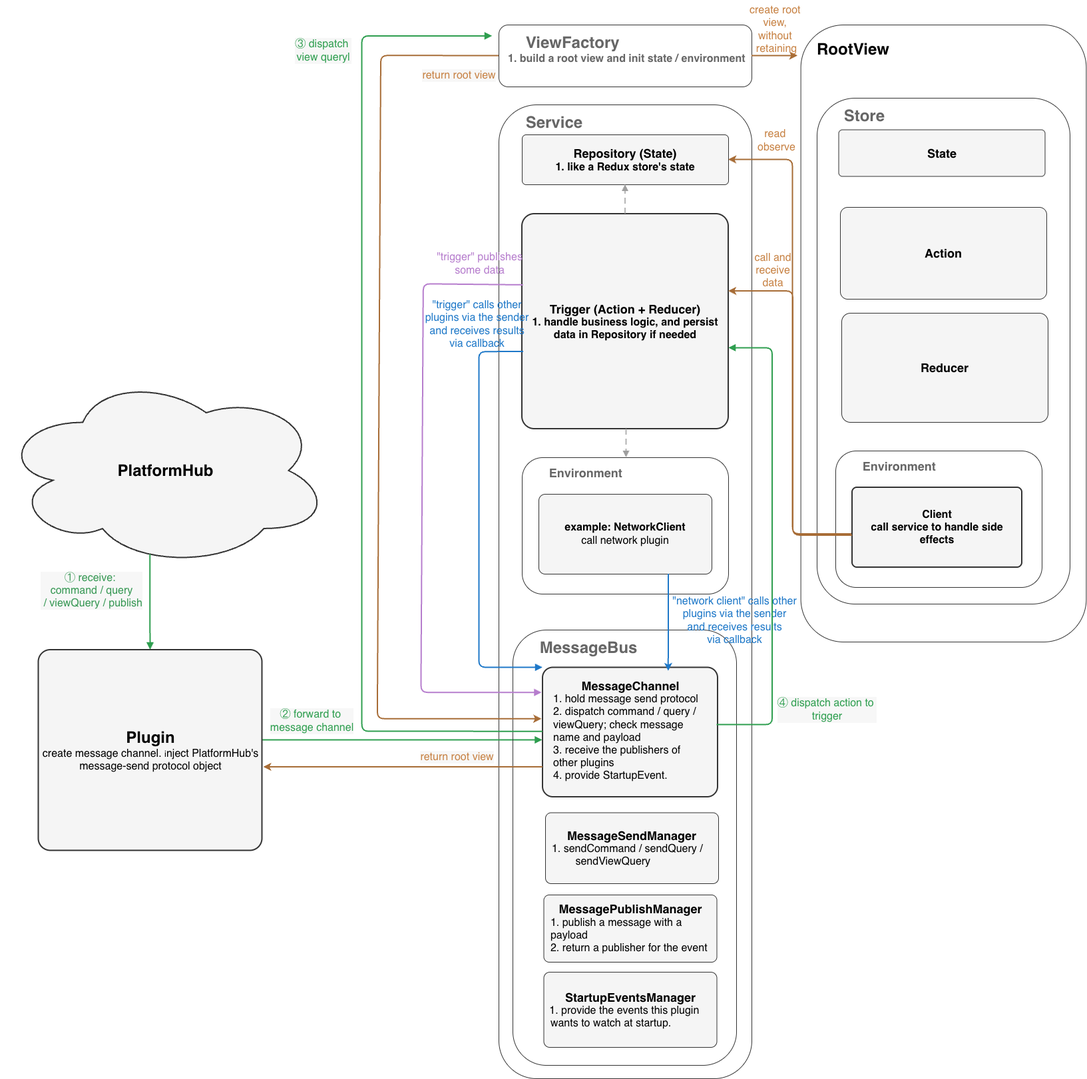
Above: 架构图.drawio.white.png in SumiaFish/kevinyyhuangcc (draw.io), before the change. Source tidied: cells renumbered, new cells last; positions are measured from the earlier drawing's top-left corner, leaving out a move shared by most shapes.
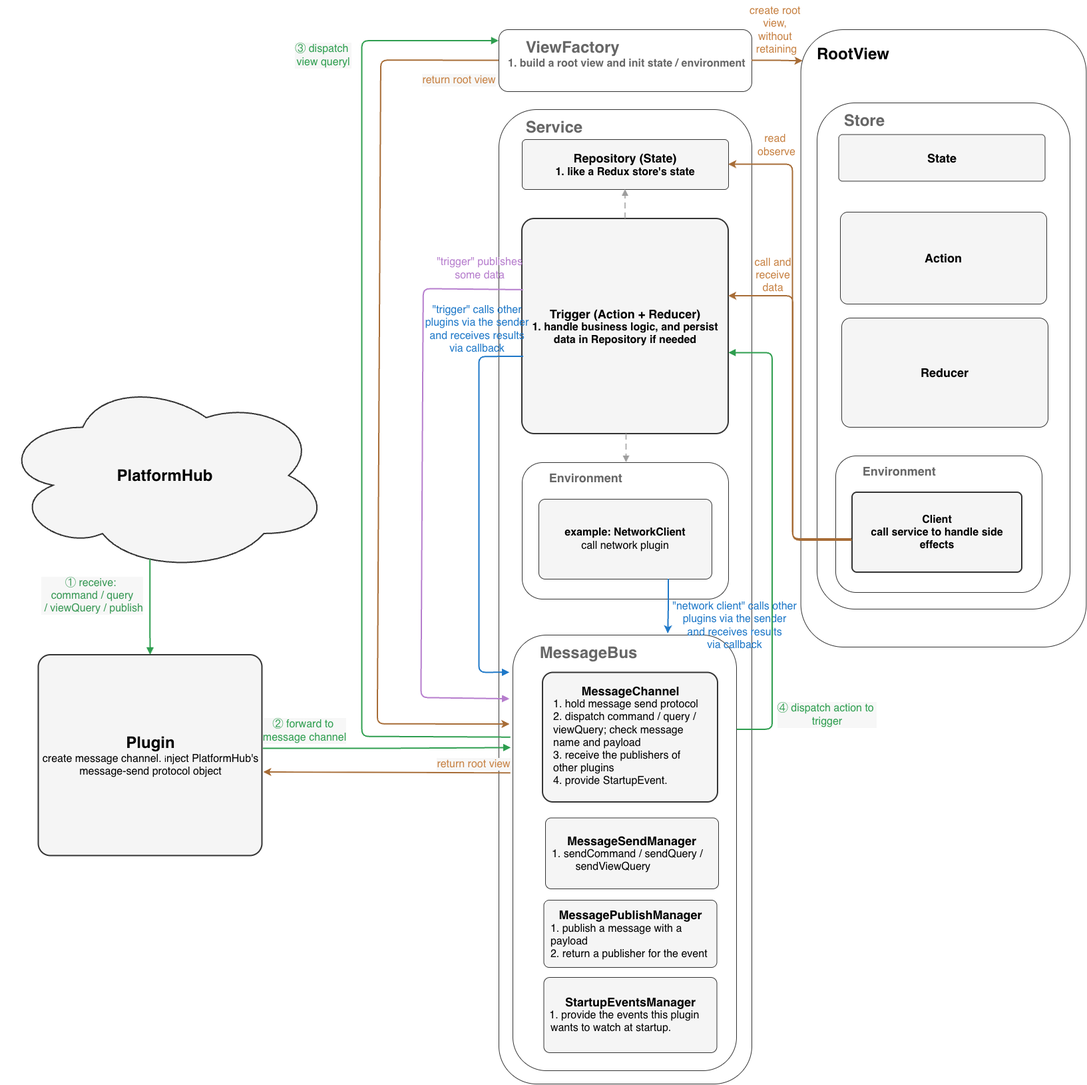
After the change.

Diff of the diagram source:
```diff
@@ -11,12 +11,6 @@
     <mxCell id="4" value="&lt;font style=&quot;font-size: 16px;&quot;&gt;&lt;b&gt;example: NetworkClient&lt;/b&gt;&lt;br&gt;call network plugin&lt;/font&gt;" style="rounded=1;whiteSpace=wrap;html=1;fillColor=#F5F5F5;strokeColor=#333333;fontColor=#000000;fontSize=12;arcSize=8;" parent="1" vertex="1">
       <mxGeometry x="808" y="742" width="260" height="120" as="geometry" />
     </mxCell>
-    <mxCell id="5" value="&lt;font style=&quot;font-size: 16px;&quot;&gt;② forward to&amp;nbsp;&lt;/font&gt;&lt;div&gt;&lt;span style=&quot;font-size: 16px;&quot;&gt;message channel&lt;/span&gt;&lt;/div&gt;" style="edgeStyle=orthogonalEdgeStyle;rounded=1;html=1;endArrow=block;endFill=1;strokeColor=#2E9E4F;strokeWidth=2;fontColor=#2E9E4F;fontSize=11;labelBackgroundColor=#F7F7F7;jettySize=auto;orthogonalLoop=1;" parent="1" edge="1">
-      <mxGeometry x="-0.42" y="29" relative="1" as="geometry">
-        <mxPoint x="324.3" y="1111.5" as="sourcePoint" />
-        <mxPoint x="813.5" y="1111.5" as="targetPoint" />
-      </mxGeometry>
-    </mxCell>
     <mxCell id="6" value="&lt;div&gt;&lt;br&gt;&lt;/div&gt;" style="rounded=1;whiteSpace=wrap;html=1;fillColor=none;strokeColor=#333333;verticalAlign=top;align=left;spacingLeft=12;spacingTop=6;fontColor=light-dark(#666666,#FFFFFF);fontSize=12;" parent="1" vertex="1">
       <mxGeometry x="1201.6" y="37" width="428.8" height="927" as="geometry" />
     </mxCell>
@@ -90,8 +84,8 @@
         <mxPoint x="939.5" y="687" as="targetPoint" />
       </mxGeometry>
     </mxCell>
-    <mxCell id="26" style="edgeStyle=none;html=1;endArrow=block;endFill=1;strokeColor=#1E78C8;strokeWidth=2;fontColor=#1E78C8;fontSize=11;labelBackgroundColor=none;exitX=0.014;exitY=0.118;exitDx=0;exitDy=0;exitPerimeter=0;entryX=0;entryY=0;entryDx=0;entryDy=0;" parent="1" edge="1" target="10">
-      <mxGeometry x="-0.13" relative="1" as="geometry">
+    <mxCell id="26" style="edgeStyle=none;html=1;endArrow=block;endFill=1;strokeColor=#1E78C8;strokeWidth=2;fontColor=#1E78C8;fontSize=11;labelBackgroundColor=none;exitX=0.014;exitY=0.118;exitDx=0;exitDy=0;exitPerimeter=0;entryX=-0.014;entryY=0.086;entryDx=0;entryDy=0;entryPerimeter=0;" parent="1" edge="1" target="9">
+      <mxGeometry x="-0.06" relative="1" as="geometry">
         <mxPoint x="785" y="528" as="sourcePoint" />
         <Array as="points">
           <mxPoint x="718.4" y="528.2" />
@@ -99,8 +93,8 @@
         </Array>
       </mxGeometry>
     </mxCell>
-    <mxCell id="27" style="edgeStyle=none;html=1;endArrow=block;endFill=1;strokeColor=#B67DCD;strokeWidth=2;fontColor=#B67DCD;fontSize=11;labelBackgroundColor=none;exitX=0.006;exitY=0.331;entryX=-0.006;entryY=0.194;entryDx=0;entryDy=0;entryPerimeter=0;exitDx=0;exitDy=0;exitPerimeter=0;" parent="1" edge="1" source="15" target="10">
-      <mxGeometry x="-0.8" relative="1" as="geometry">
+    <mxCell id="27" style="edgeStyle=none;html=1;endArrow=block;endFill=1;strokeColor=#B67DCD;strokeWidth=2;fontColor=#B67DCD;fontSize=11;labelBackgroundColor=none;exitX=0.006;exitY=0.331;entryX=-0.014;entryY=0.147;entryDx=0;entryDy=0;entryPerimeter=0;exitDx=0;exitDy=0;exitPerimeter=0;" parent="1" edge="1" source="15" target="9">
+      <mxGeometry x="-0.79" relative="1" as="geometry">
         <Array as="points">
           <mxPoint x="634.8" y="426.3" />
           <mxPoint x="631.4" y="1040.2" />
@@ -125,11 +119,11 @@
     <mxCell id="33" value="&lt;span style=&quot;color: rgb(199, 130, 68); white-space: nowrap;&quot;&gt;&lt;font style=&quot;font-size: 16px;&quot;&gt;call and&lt;/font&gt;&lt;/span&gt;&lt;div&gt;&lt;span style=&quot;color: rgb(199, 130, 68); white-space: nowrap;&quot;&gt;&lt;font style=&quot;font-size: 16px;&quot;&gt;&amp;nbsp;receive&amp;nbsp;&lt;/font&gt;&lt;/span&gt;&lt;/div&gt;&lt;div&gt;&lt;span style=&quot;color: rgb(199, 130, 68); white-space: nowrap;&quot;&gt;&lt;font style=&quot;font-size: 16px;&quot;&gt;data&lt;/font&gt;&lt;/span&gt;&lt;/div&gt;" style="text;html=1;whiteSpace=wrap;strokeColor=none;fillColor=none;align=center;verticalAlign=middle;rounded=0;labelBackgroundColor=none;" parent="1" vertex="1">
       <mxGeometry x="1121" y="371" width="78" height="70" as="geometry" />
     </mxCell>
-    <mxCell id="34" style="edgeStyle=orthogonalEdgeStyle;rounded=0;jettySize=auto;html=1;defaultLabelBackgroundColor=page;strokeColor=light-dark(#A76C36,#A76C36);strokeWidth=2;entryX=-0.011;entryY=0.05;entryDx=0;entryDy=0;entryPerimeter=0;" parent="1" edge="1" source="31" target="6">
-      <mxGeometry x="-0.57" relative="1" as="geometry" />
+    <mxCell id="34" style="edgeStyle=orthogonalEdgeStyle;rounded=0;jettySize=auto;html=1;defaultLabelBackgroundColor=page;strokeColor=light-dark(#A76C36,#A76C36);strokeWidth=2;entryX=0.007;entryY=0.051;entryDx=0;entryDy=0;entryPerimeter=0;" parent="1" edge="1" source="31" target="6">
+      <mxGeometry x="-0.64" relative="1" as="geometry" />
     </mxCell>
     <mxCell id="35" value="&lt;span style=&quot;color: rgb(199, 130, 68); white-space: nowrap;&quot;&gt;&lt;font style=&quot;font-size: 16px;&quot;&gt;create root&amp;nbsp;&lt;/font&gt;&lt;/span&gt;&lt;div&gt;&lt;span style=&quot;color: rgb(199, 130, 68); white-space: nowrap;&quot;&gt;&lt;font style=&quot;font-size: 16px;&quot;&gt;view,&amp;nbsp;&lt;/font&gt;&lt;/span&gt;&lt;/div&gt;&lt;div&gt;&lt;span style=&quot;color: rgb(199, 130, 68); white-space: nowrap;&quot;&gt;&lt;font style=&quot;font-size: 16px;&quot;&gt;without&amp;nbsp;&lt;/font&gt;&lt;/span&gt;&lt;/div&gt;&lt;div&gt;&lt;span style=&quot;color: rgb(199, 130, 68); white-space: nowrap;&quot;&gt;&lt;font style=&quot;font-size: 16px;&quot;&gt;retaining&lt;/font&gt;&lt;/span&gt;&lt;/div&gt;" style="text;html=1;whiteSpace=wrap;strokeColor=none;fillColor=none;align=center;verticalAlign=middle;rounded=0;labelBackgroundColor=none;" parent="1" vertex="1">
-      <mxGeometry x="1115.6" width="99" height="89" as="geometry" />
+      <mxGeometry x="1116" y="-7" width="99" height="89" as="geometry" />
     </mxCell>
     <mxCell id="36" style="edgeStyle=orthogonalEdgeStyle;rounded=1;jettySize=auto;html=1;entryX=1;entryY=0.359;entryDx=0;entryDy=0;entryPerimeter=0;defaultLabelBackgroundColor=page;strokeColor=light-dark(#A76C36,#B48253);strokeWidth=2;curved=0;" parent="1" edge="1" source="22" target="15">
       <mxGeometry x="0.02" relative="1" as="geometry">
@@ -142,14 +136,13 @@
     <mxCell id="37" value="&lt;span style=&quot;color: rgb(199, 130, 68); white-space: nowrap;&quot;&gt;&lt;font style=&quot;font-size: 16px;&quot;&gt;read&amp;nbsp;&lt;/font&gt;&lt;/span&gt;&lt;div&gt;&lt;span style=&quot;color: rgb(199, 130, 68); white-space: nowrap;&quot;&gt;&lt;font style=&quot;font-size: 16px;&quot;&gt;observe&lt;/font&gt;&lt;/span&gt;&lt;/div&gt;" style="text;html=1;whiteSpace=wrap;strokeColor=none;fillColor=none;align=center;verticalAlign=middle;rounded=0;labelBackgroundColor=none;" parent="1" vertex="1">
       <mxGeometry x="1128" y="186" width="75" height="50" as="geometry" />
     </mxCell>
-    <mxCell id="38" style="endArrow=classic;html=1;rounded=0;defaultLabelBackgroundColor=page;exitX=0;exitY=1;exitDx=0;exitDy=0;strokeColor=#A76C36;strokeWidth=2;" parent="1" edge="1">
+    <mxCell id="38" style="endArrow=classic;html=1;rounded=0;defaultLabelBackgroundColor=page;exitX=-0.01;exitY=0.317;exitDx=0;exitDy=0;strokeColor=#A76C36;strokeWidth=2;exitPerimeter=0;" parent="1" edge="1" source="9">
       <mxGeometry relative="1" as="geometry">
-        <mxPoint x="814" y="1152" as="sourcePoint" />
         <mxPoint x="394.4" y="1152" as="targetPoint" />
       </mxGeometry>
     </mxCell>
     <mxCell id="39" value="return root view" style="text;strokeColor=none;html=1;align=center;verticalAlign=middle;fontColor=light-dark(#C78244,#A76C36);fontSize=16;labelBackgroundColor=#F7F7F7;" parent="1" vertex="1">
-      <mxGeometry x="635" y="1121" width="100" height="32" as="geometry" />
+      <mxGeometry x="660" y="1124" width="100" height="32" as="geometry" />
     </mxCell>
     <mxCell id="40" value="&lt;div&gt;&lt;b&gt;&lt;font style=&quot;font-size: 24px;&quot;&gt;RootView&lt;/font&gt;&lt;/b&gt;&lt;/div&gt;&lt;div&gt;&lt;br style=&quot;text-align: left;&quot;&gt;&lt;/div&gt;" style="text;html=1;whiteSpace=wrap;strokeColor=none;fillColor=none;align=center;verticalAlign=middle;rounded=0;" parent="1" vertex="1">
       <mxGeometry x="1214.6" y="53" width="131" height="55" as="geometry" />
@@ -157,32 +150,30 @@
     <mxCell id="41" value="&lt;b&gt;&lt;font style=&quot;font-size: 18px;&quot;&gt;MessageChannel&lt;/font&gt;&lt;/b&gt;&lt;br&gt;&lt;div style=&quot;text-align: left;&quot;&gt;&lt;font style=&quot;font-size: 16px;&quot;&gt;1. hold message send protocol&lt;/font&gt;&lt;/div&gt;&lt;div style=&quot;text-align: left;&quot;&gt;&lt;font style=&quot;font-size: 16px;&quot;&gt;2. dispatch command / query / viewQuery; check message name and payload&lt;/font&gt;&lt;/div&gt;&lt;div style=&quot;text-align: left;&quot;&gt;&lt;font style=&quot;font-size: 16px;&quot;&gt;3. receive the publishers of other plugins&lt;/font&gt;&lt;/div&gt;&lt;div style=&quot;text-align: left;&quot;&gt;&lt;font style=&quot;font-size: 16px;&quot;&gt;4. provide StartupEvent.&lt;/font&gt;&lt;/div&gt;" style="rounded=1;whiteSpace=wrap;html=1;roundedPerimeter=1;strokeColor=none;fillColor=none;fontColor=light-dark(#000000,#FFFFFF);" parent="1" vertex="1">
       <mxGeometry x="828.5" y="1030" width="234" height="133" as="geometry" />
     </mxCell>
-    <mxCell id="42" style="edgeStyle=orthogonalEdgeStyle;rounded=0;jettySize=auto;html=1;exitX=0.75;exitY=1;exitDx=0;exitDy=0;entryX=0.718;entryY=0.028;entryDx=0;entryDy=0;entryPerimeter=0;defaultLabelBackgroundColor=page;strokeColor=#1E78C8;strokeWidth=2;" parent="1" edge="1" source="4" target="10">
-      <mxGeometry relative="1" as="geometry" />
+    <mxCell id="42" style="edgeStyle=orthogonalEdgeStyle;rounded=0;jettySize=auto;html=1;exitX=0.75;exitY=1;exitDx=0;exitDy=0;entryX=0.694;entryY=-0.003;entryDx=0;entryDy=0;entryPerimeter=0;defaultLabelBackgroundColor=page;strokeColor=#1E78C8;strokeWidth=2;" parent="1" edge="1" source="4" target="9">
+      <mxGeometry x="0.84" relative="1" as="geometry" />
     </mxCell>
-    <mxCell id="43" style="endArrow=classic;html=1;rounded=1;defaultLabelBackgroundColor=page;exitX=0;exitY=0.5;exitDx=0;exitDy=0;entryX=-0.006;entryY=0.397;entryDx=0;entryDy=0;curved=0;strokeColor=#A76C36;strokeWidth=2;entryPerimeter=0;" parent="1" edge="1" source="31" target="10">
-      <mxGeometry x="-0.2" relative="1" as="geometry">
+    <mxCell id="43" style="endArrow=classic;html=1;rounded=1;defaultLabelBackgroundColor=page;exitX=0;exitY=0.5;exitDx=0;exitDy=0;entryX=-0.014;entryY=0.205;entryDx=0;entryDy=0;curved=0;strokeColor=#A76C36;strokeWidth=2;entryPerimeter=0;" parent="1" edge="1" source="31" target="9">
+      <mxGeometry x="-0.17" relative="1" as="geometry">
         <Array as="points">
           <mxPoint x="571" y="83.2" />
           <mxPoint x="565.9" y="1079.7" />
         </Array>
       </mxGeometry>
     </mxCell>
-    <mxCell id="44" value="&lt;font style=&quot;font-size: 16px;&quot;&gt;③ dispatch&amp;nbsp;&lt;/font&gt;&lt;div&gt;&lt;span style=&quot;font-size: 16px;&quot;&gt;view queryl&lt;/span&gt;&lt;/div&gt;" style="edgeStyle=orthogonalEdgeStyle;rounded=1;html=1;endArrow=block;endFill=1;strokeColor=#2E9E4F;strokeWidth=2;fontColor=#2E9E4F;fontSize=11;labelBackgroundColor=#F7F7F7;jettySize=auto;orthogonalLoop=1;" parent="1" edge="1">
-      <mxGeometry x="0.71" y="59" relative="1" as="geometry">
-        <mxPoint x="814" y="1098.6" as="sourcePoint" />
-        <mxPoint x="738" y="53.9" as="targetPoint" />
+    <mxCell id="44" value="&lt;font style=&quot;font-size: 16px;&quot;&gt;③ dispatch&amp;nbsp;&lt;/font&gt;&lt;div&gt;&lt;span style=&quot;font-size: 16px;&quot;&gt;view queryl&lt;/span&gt;&lt;/div&gt;" style="edgeStyle=orthogonalEdgeStyle;rounded=1;html=1;endArrow=block;endFill=1;strokeColor=#2E9E4F;strokeWidth=2;fontColor=#2E9E4F;fontSize=11;labelBackgroundColor=#F7F7F7;jettySize=auto;exitX=-0.01;exitY=0.235;exitDx=0;exitDy=0;exitPerimeter=0;entryX=0;entryY=0.183;entryDx=0;entryDy=0;entryPerimeter=0;" parent="1" edge="1" source="9" target="31">
+      <mxGeometry x="0.69" y="59" relative="1" as="geometry">
         <Array as="points">
+          <mxPoint x="765.6" y="1098.6" />
           <mxPoint x="542.6" y="1098.6" />
-          <mxPoint x="542.6" y="53.9" />
+          <mxPoint x="542.6" y="54" />
         </Array>
       </mxGeometry>
     </mxCell>
-    <mxCell id="45" value="&lt;font style=&quot;font-size: 16px;&quot;&gt;④ dispatch action to&amp;nbsp;&lt;/font&gt;&lt;div&gt;&lt;span style=&quot;font-size: 16px;&quot;&gt;trigger&lt;/span&gt;&lt;/div&gt;" style="edgeStyle=orthogonalEdgeStyle;rounded=1;html=1;endArrow=block;endFill=1;strokeColor=#2E9E4F;strokeWidth=2;fontColor=#2E9E4F;fontSize=11;labelBackgroundColor=#F7F7F7;jettySize=auto;" parent="1" edge="1" target="15">
-      <mxGeometry x="-0.7" y="-82" relative="1" as="geometry">
-        <mxPoint x="1075.5" y="1088.6" as="sourcePoint" />
+    <mxCell id="45" value="&lt;font style=&quot;font-size: 16px;&quot;&gt;④ dispatch action to&amp;nbsp;&lt;/font&gt;&lt;div&gt;&lt;span style=&quot;font-size: 16px;&quot;&gt;trigger&lt;/span&gt;&lt;/div&gt;" style="edgeStyle=orthogonalEdgeStyle;rounded=1;html=1;endArrow=block;endFill=1;strokeColor=#2E9E4F;strokeWidth=2;fontColor=#2E9E4F;fontSize=11;labelBackgroundColor=#F7F7F7;jettySize=auto;exitX=1.002;exitY=0.217;exitDx=0;exitDy=0;exitPerimeter=0;" parent="1" edge="1" source="9" target="15">
+      <mxGeometry x="-0.78" y="-82" relative="1" as="geometry">
         <Array as="points">
-          <mxPoint x="1159.1" y="1088.6" />
+          <mxPoint x="1159.1" y="1087.9" />
           <mxPoint x="1159.1" y="522.4" />
         </Array>
       </mxGeometry>
@@ -190,5 +181,8 @@
     <mxCell id="46" value="&lt;font style=&quot;font-size: 16px;&quot;&gt;&quot;trigger&quot; calls other&lt;br&gt;plugins via the sender&lt;br&gt;and receives results&lt;br&gt;via callback&lt;/font&gt;" style="text;strokeColor=none;html=1;align=center;verticalAlign=middle;fontColor=#1E78C8;fontSize=10;labelBackgroundColor=none;" parent="1" vertex="1">
       <mxGeometry x="663" y="446" width="104" height="81" as="geometry" />
     </mxCell>
+    <mxCell id="5" value="&lt;font style=&quot;font-size: 16px;&quot;&gt;② forward to&amp;nbsp;&lt;/font&gt;&lt;div&gt;&lt;span style=&quot;font-size: 16px;&quot;&gt;message channel&lt;/span&gt;&lt;/div&gt;" style="edgeStyle=orthogonalEdgeStyle;rounded=1;html=1;endArrow=block;endFill=1;strokeColor=#2E9E4F;strokeWidth=2;fontColor=#2E9E4F;fontSize=11;labelBackgroundColor=#F7F7F7;jettySize=auto;entryX=-0.008;entryY=0.259;entryDx=0;entryDy=0;entryPerimeter=0;exitX=1.004;exitY=0.466;exitDx=0;exitDy=0;exitPerimeter=0;" parent="1" edge="1" source="8" target="9">
+      <mxGeometry x="-0.67" y="26" relative="1" as="geometry" />
+    </mxCell>
   </root>
 </mxGraphModel>
```
